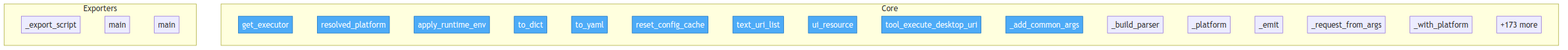
Earlier version of the Mermaid export project/flow.png (semcod/nlp2uri). Its source is kept beside it as project/flow.mmd.
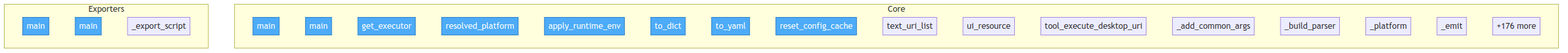
Above is the later version.

The edit, as a diff of the source:
```diff
@@ -3,6 +3,8 @@
     classDef entry fill:#4dabf7,stroke:#1971c2,color:#fff
 
     subgraph Core
+        schemas__codegen__fix_proto_imports__main["main"]
+        schemas__codegen__scaffold_scheme__main["main"]
         src__nlp2uri__runtime__get_executor["get_executor"]
         src__nlp2uri__config__NLP2URIConfig__resolved_platform["resolved_platform"]
         src__nlp2uri__config__NLP2URIConfig__apply_runtime_env["apply_runtime_env"]
@@ -16,15 +18,13 @@
         src__nlp2uri__cli___build_parser["_build_parser"]
         src__nlp2uri__cli___platform["_platform"]
         src__nlp2uri__cli___emit["_emit"]
-        src__nlp2uri__cli___request_from_args["_request_from_args"]
-        src__nlp2uri__cli___with_platform["_with_platform"]
-        ...["+173 more"]
+        ...["+176 more"]
     end
 
     subgraph Exporters
+        schemas__codegen__export_mcp_schemas__main["main"]
+        schemas__codegen__export_driver_stubs__main["main"]
         src__nlp2uri__adapters__shell__ShellAdapter___export_script["_export_script"]
-        schemas__codegen__export_driver_stubs__main["main"]
-        schemas__codegen__export_mcp_schemas__main["main"]
     end
 
-    class src__nlp2uri__runtime__get_executor,src__nlp2uri__config__NLP2URIConfig__resolved_platform,src__nlp2uri__config__NLP2URIConfig__apply_runtime_env,src__nlp2uri__config__NLP2URIConfig__to_dict,src__nlp2uri__config__NLP2URIConfig__to_yaml,src__nlp2uri__config__reset_config_cache,src__nlp2uri__mcp__text_uri_list,src__nlp2uri__mcp__ui_resource,src__nlp2uri__mcp__tool_execute_desktop_uri,src__nlp2uri__cli___add_common_args entry
+    class schemas__codegen__fix_proto_imports__main,schemas__codegen__export_mcp_schemas__main,schemas__codegen__export_driver_stubs__main,schemas__codegen__scaffold_scheme__main,src__nlp2uri__runtime__get_executor,src__nlp2uri__config__NLP2URIConfig__resolved_platform,src__nlp2uri__config__NLP2URIConfig__apply_runtime_env,src__nlp2uri__config__NLP2URIConfig__to_dict,src__nlp2uri__config__NLP2URIConfig__to_yaml,src__nlp2uri__config__reset_config_cache entry
```
